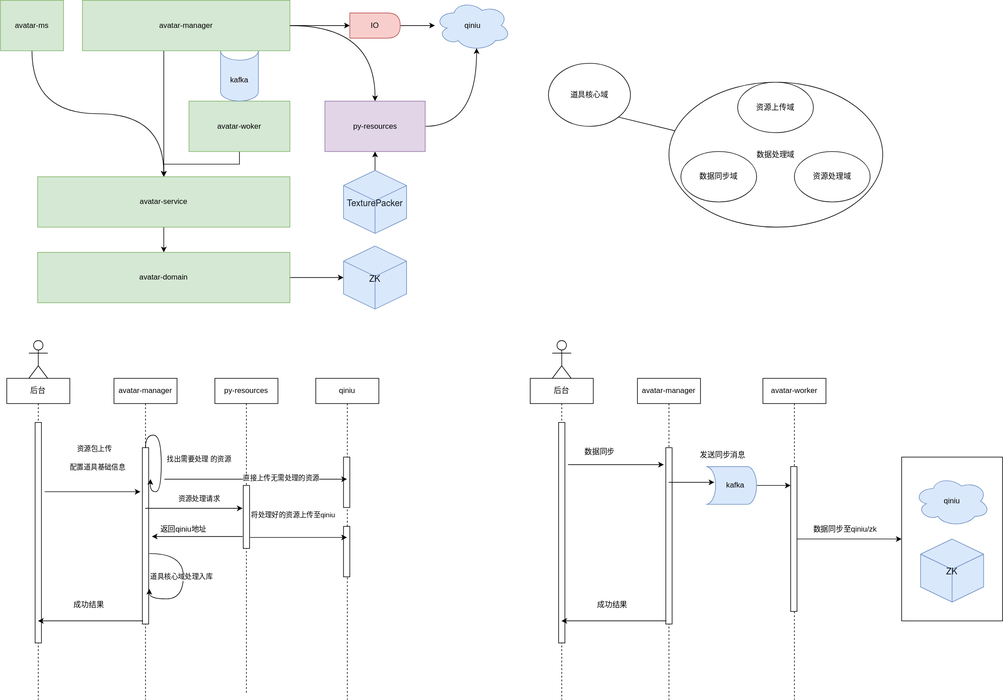
fsdmp/diagrams keeps this draw.io diagram as avatar_conf_tool.drawio.svg. Above is the earlier version. Source tidied: cells renumbered, new cells last; positions are measured from the earlier drawing's top-left corner, leaving out a move shared by most shapes.
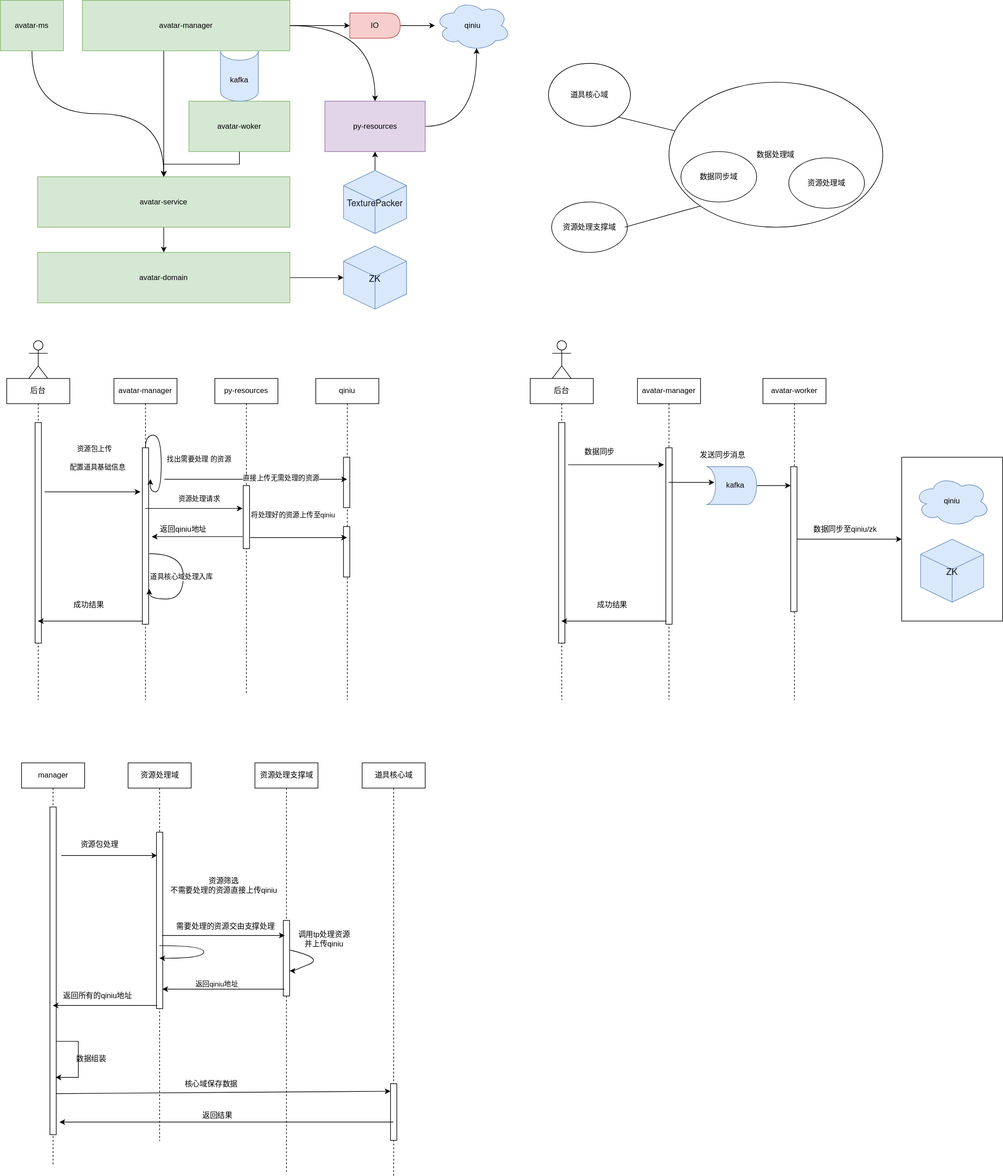
The same file after the commit.

What changed in the source:
```diff
@@ -79,14 +79,14 @@
     <mxCell id="25" value="数据同步域" style="ellipse;whiteSpace=wrap;html=1;verticalAlign=middle;" parent="1" vertex="1">
       <mxGeometry x="1079" y="240" width="120" height="80" as="geometry" />
     </mxCell>
-    <mxCell id="26" value="资源处理域" style="ellipse;whiteSpace=wrap;html=1;verticalAlign=middle;" parent="1" vertex="1">
-      <mxGeometry x="1259" y="240" width="120" height="80" as="geometry" />
+    <mxCell id="26" value="资源处理支撑域" style="ellipse;whiteSpace=wrap;html=1;verticalAlign=middle;" parent="1" vertex="1">
+      <mxGeometry x="874" y="320" width="120" height="80" as="geometry" />
     </mxCell>
     <mxCell id="27" style="endArrow=none;html=1;rounded=0;strokeWidth=1;curved=1;elbow=vertical;exitX=1;exitY=1;exitDx=0;exitDy=0;" parent="1" edge="1" source="23" target="24">
       <mxGeometry relative="1" as="geometry" />
     </mxCell>
-    <mxCell id="28" value="资源上传域" style="ellipse;whiteSpace=wrap;html=1;verticalAlign=middle;" parent="1" vertex="1">
-      <mxGeometry x="1169" y="130" width="120" height="80" as="geometry" />
+    <mxCell id="28" value="资源处理域" style="ellipse;whiteSpace=wrap;html=1;verticalAlign=middle;" parent="1" vertex="1">
+      <mxGeometry x="1250" y="250" width="120" height="80" as="geometry" />
     </mxCell>
     <mxCell id="29" value="后台" style="shape=umlLifeline;perimeter=lifelinePerimeter;whiteSpace=wrap;html=1;outlineConnect=0;verticalAlign=middle;" parent="1" vertex="1">
       <mxGeometry x="10" y="600" width="100" height="510" as="geometry" />
@@ -264,5 +264,114 @@
     <mxCell id="75" value="直接上传无需处理的资源" style="edgeLabel;html=1;align=center;verticalAlign=middle;" parent="74" vertex="1">
       <mxGeometry x="0.27" y="3" relative="1" as="geometry" />
     </mxCell>
+    <mxCell id="76" value="manager" style="shape=umlLifeline;perimeter=lifelinePerimeter;whiteSpace=wrap;html=1;outlineConnect=0;verticalAlign=middle;" parent="1" vertex="1">
+      <mxGeometry x="33.5" y="1210" width="100" height="640" as="geometry" />
+    </mxCell>
+    <mxCell id="77" style="html=1;points=[];perimeter=orthogonalPerimeter;verticalAlign=middle;" parent="76" vertex="1">
+      <mxGeometry x="45" y="70" width="10" height="520" as="geometry" />
+    </mxCell>
+    <mxCell id="78" style="endArrow=classic;html=1;rounded=0;strokeWidth=1;elbow=vertical;exitX=1;exitY=0.715;exitDx=0;exitDy=0;exitPerimeter=0;edgeStyle=orthogonalEdgeStyle;entryX=0.9;entryY=0.825;entryDx=0;entryDy=0;entryPerimeter=0;" parent="76" edge="1" source="77" target="77">
+      <mxGeometry relative="1" as="geometry">
+        <Array as="points">
+          <mxPoint x="90" y="442" />
+          <mxPoint x="90" y="499" />
+        </Array>
+      </mxGeometry>
+    </mxCell>
+    <mxCell id="79" value="资源处理域" style="shape=umlLifeline;perimeter=lifelinePerimeter;whiteSpace=wrap;html=1;outlineConnect=0;verticalAlign=middle;" parent="1" vertex="1">
+      <mxGeometry x="202.5" y="1210" width="100" height="600" as="geometry" />
+    </mxCell>
+    <mxCell id="80" style="html=1;points=[];perimeter=orthogonalPerimeter;verticalAlign=middle;" parent="79" vertex="1">
+      <mxGeometry x="45" y="110" width="10" height="280" as="geometry" />
+    </mxCell>
+    <mxCell id="81" style="edgeStyle=orthogonalEdgeStyle;curved=1;rounded=0;orthogonalLoop=1;jettySize=auto;html=1;entryX=-0.3;entryY=0.25;entryDx=0;entryDy=0;entryPerimeter=0;strokeWidth=1;elbow=vertical;" parent="1" edge="1">
+      <mxGeometry relative="1" as="geometry">
+        <mxPoint x="96.5" y="1357" as="sourcePoint" />
+        <mxPoint x="248.5" y="1357" as="targetPoint" />
+      </mxGeometry>
+    </mxCell>
+    <mxCell id="82" style="endArrow=classic;html=1;rounded=0;strokeWidth=1;curved=1;elbow=vertical;exitX=0.1;exitY=0.982;exitDx=0;exitDy=0;exitPerimeter=0;" parent="1" edge="1" source="80" target="76">
+      <mxGeometry relative="1" as="geometry" />
+    </mxCell>
+    <mxCell id="83" value="资源处理支撑域" style="shape=umlLifeline;perimeter=lifelinePerimeter;whiteSpace=wrap;html=1;verticalAlign=middle;" parent="1" vertex="1">
+      <mxGeometry x="403.5" y="1210" width="100" height="650" as="geometry" />
+    </mxCell>
+    <mxCell id="84" style="html=1;points=[];perimeter=orthogonalPerimeter;verticalAlign=middle;" parent="83" vertex="1">
+      <mxGeometry x="45" y="250" width="10" height="120" as="geometry" />
+    </mxCell>
+    <mxCell id="85" style="endArrow=classic;html=1;rounded=0;strokeWidth=1;curved=1;elbow=vertical;exitX=1.1;exitY=0.392;exitDx=0;exitDy=0;exitPerimeter=0;" parent="83" edge="1" source="84" target="84">
+      <mxGeometry relative="1" as="geometry">
+        <Array as="points">
+          <mxPoint x="110" y="310" />
+          <mxPoint x="60" y="330" />
+        </Array>
+      </mxGeometry>
+    </mxCell>
+    <mxCell id="86" style="endArrow=none;html=1;rounded=0;strokeWidth=1;curved=1;elbow=vertical;entryX=0;entryY=1;entryDx=0;entryDy=0;" parent="1" edge="1" target="24">
+      <mxGeometry relative="1" as="geometry">
+        <mxPoint x="990" y="360" as="sourcePoint" />
+      </mxGeometry>
+    </mxCell>
+    <mxCell id="87" value="道具核心域" style="shape=umlLifeline;perimeter=lifelinePerimeter;whiteSpace=wrap;html=1;outlineConnect=0;verticalAlign=middle;" parent="1" vertex="1">
+      <mxGeometry x="573.5" y="1210" width="100" height="655" as="geometry" />
+    </mxCell>
+    <mxCell id="88" style="html=1;perimeter=orthogonalPerimeter;verticalAlign=middle;" parent="87" vertex="1">
+      <mxGeometry x="45" y="509" width="10" height="90" as="geometry" />
+    </mxCell>
+    <mxCell id="89" value="资源包处理" style="text;html=1;align=center;verticalAlign=middle;strokeColor=none;fillColor=none;" parent="1" vertex="1">
+      <mxGeometry x="116.5" y="1330" width="80" height="20" as="geometry" />
+    </mxCell>
+    <mxCell id="90" style="endArrow=classic;html=1;rounded=0;strokeWidth=1;curved=1;elbow=vertical;" parent="1" edge="1" source="79" target="79">
+      <mxGeometry relative="1" as="geometry" />
+    </mxCell>
+    <mxCell id="91" value="资源筛选&lt;br&gt;不需要处理的资源直接上传qiniu" style="text;html=1;align=center;verticalAlign=middle;strokeColor=none;fillColor=none;" parent="1" vertex="1">
+      <mxGeometry x="263.5" y="1390" width="180" height="30" as="geometry" />
+    </mxCell>
+    <mxCell id="92" style="endArrow=classic;html=1;rounded=0;strokeWidth=1;curved=1;elbow=vertical;exitX=0.9;exitY=0.621;exitDx=0;exitDy=0;exitPerimeter=0;" parent="1" edge="1">
+      <mxGeometry relative="1" as="geometry">
+        <mxPoint x="256.2" y="1483.9" as="sourcePoint" />
+        <mxPoint x="450.8" y="1483.9" as="targetPoint" />
+      </mxGeometry>
+    </mxCell>
+    <mxCell id="93" value="需要处理的资源交由支撑处理" style="text;html=1;align=center;verticalAlign=middle;strokeColor=none;fillColor=none;" parent="1" vertex="1">
+      <mxGeometry x="272.2" y="1460" width="170" height="20" as="geometry" />
+    </mxCell>
+    <mxCell id="94" style="endArrow=classic;html=1;rounded=0;strokeWidth=1;curved=1;elbow=vertical;entryX=1;entryY=0.782;entryDx=0;entryDy=0;entryPerimeter=0;" parent="1" edge="1">
+      <mxGeometry relative="1" as="geometry">
+        <mxPoint x="450.2" y="1569" as="sourcePoint" />
+        <mxPoint x="256.8" y="1569" as="targetPoint" />
+      </mxGeometry>
+    </mxCell>
+    <mxCell id="95" value="返回qiniu地址" style="edgeLabel;html=1;align=center;verticalAlign=middle;" parent="94" vertex="1">
+      <mxGeometry x="0.18" y="-1" relative="1" as="geometry">
+        <mxPoint x="7" y="-8" as="offset" />
+      </mxGeometry>
+    </mxCell>
+    <mxCell id="96" value="调用tp处理资源&lt;br&gt;并上传qiniu" style="text;html=1;align=center;verticalAlign=middle;strokeColor=none;fillColor=none;" parent="1" vertex="1">
+      <mxGeometry x="462.5" y="1475" width="100" height="30" as="geometry" />
+    </mxCell>
+    <mxCell id="97" value="返回所有的qiniu地址" style="text;html=1;align=center;verticalAlign=middle;strokeColor=none;fillColor=none;" parent="1" vertex="1">
+      <mxGeometry x="93.5" y="1570" width="120" height="20" as="geometry" />
+    </mxCell>
+    <mxCell id="98" value="数据组装" style="text;html=1;align=center;verticalAlign=middle;strokeColor=none;fillColor=none;" parent="1" vertex="1">
+      <mxGeometry x="113.5" y="1670" width="60" height="20" as="geometry" />
+    </mxCell>
+    <mxCell id="99" style="endArrow=classic;html=1;rounded=0;strokeWidth=1;elbow=vertical;exitX=1;exitY=0.915;exitDx=0;exitDy=0;exitPerimeter=0;entryX=0;entryY=0.578;entryDx=0;entryDy=0;entryPerimeter=0;" parent="1" edge="1">
+      <mxGeometry relative="1" as="geometry">
+        <mxPoint x="88.5" y="1734.8" as="sourcePoint" />
+        <mxPoint x="618.5" y="1731" as="targetPoint" />
+      </mxGeometry>
+    </mxCell>
+    <mxCell id="100" style="endArrow=classic;html=1;rounded=0;strokeWidth=1;elbow=vertical;" parent="1" edge="1" source="87">
+      <mxGeometry relative="1" as="geometry">
+        <mxPoint x="93.5" y="1780" as="targetPoint" />
+      </mxGeometry>
+    </mxCell>
+    <mxCell id="101" value="返回结果" style="text;html=1;align=center;verticalAlign=middle;strokeColor=none;fillColor=none;" parent="1" vertex="1">
+      <mxGeometry x="313.5" y="1760" width="60" height="20" as="geometry" />
+    </mxCell>
+    <mxCell id="102" value="核心域保存数据" style="text;html=1;align=center;verticalAlign=middle;strokeColor=none;fillColor=none;" parent="1" vertex="1">
+      <mxGeometry x="283.5" y="1710" width="100" height="20" as="geometry" />
+    </mxCell>
   </root>
 </mxGraphModel>
```
